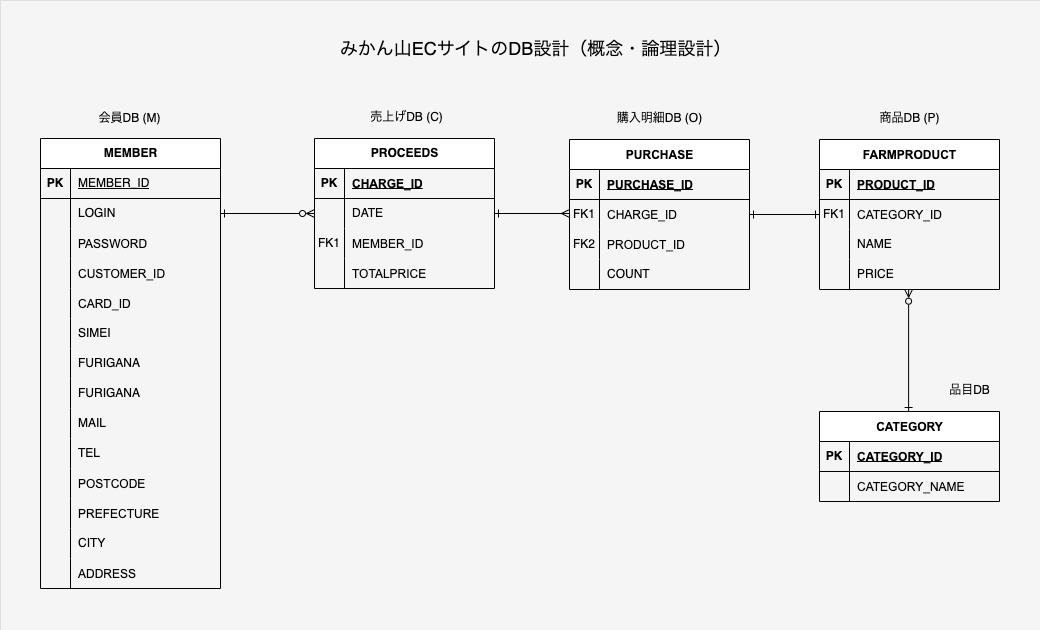
The draw.io diagram diagrams/ER図（DB設計）.drawio.png in yasshy-jp/3kanyama, before a commit. Source tidied: cells renumbered, new cells last; positions are measured from the earlier drawing's top-left corner, leaving out a move shared by most shapes.
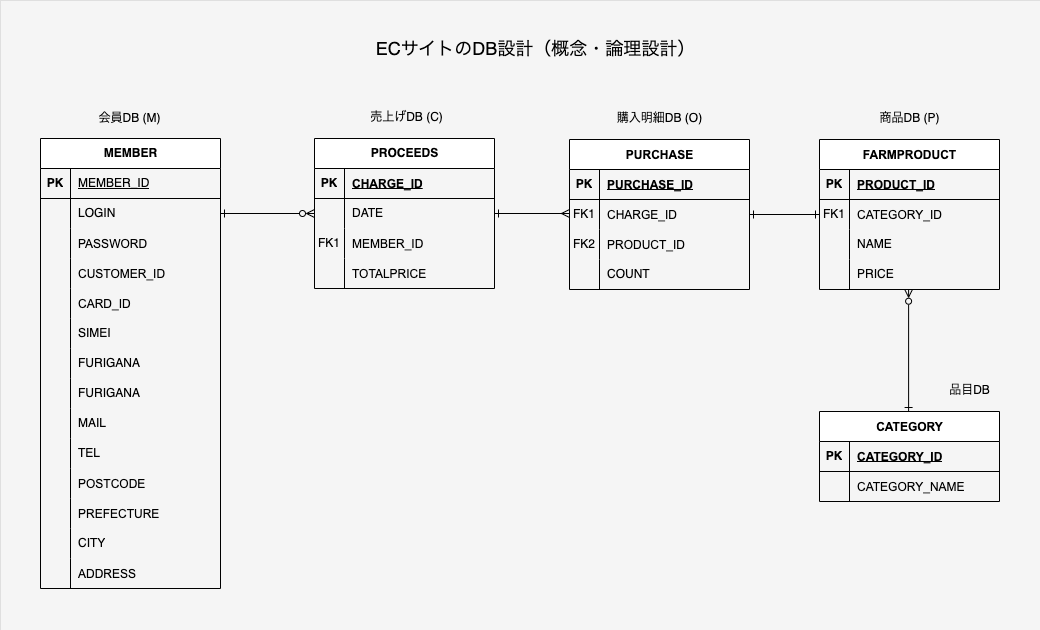
The same diagram one commit later.

Commit message:
ER図（DB設計）.drawio.png を更新します

Change to the diagram source:
```diff
@@ -308,8 +308,8 @@
     <mxCell id="100" value="品目DB" style="text;html=1;align=center;verticalAlign=middle;strokeColor=none;fillColor=none;" parent="1" vertex="1">
       <mxGeometry x="939" y="375" width="60" height="30" as="geometry" />
     </mxCell>
-    <mxCell id="101" value="&lt;font style=&quot;font-size: 18px;&quot;&gt;みかん山ECサイトのDB設計（概念・論理設計）&lt;/font&gt;" style="text;html=1;align=center;verticalAlign=middle;strokeColor=none;fillColor=none;" parent="1" vertex="1">
-      <mxGeometry x="330" y="28" width="410" height="40" as="geometry" />
+    <mxCell id="101" value="&lt;font style=&quot;font-size: 18px;&quot;&gt;ECサイトのDB設計（概念・論理設計）&lt;/font&gt;" style="text;html=1;align=center;verticalAlign=middle;strokeColor=none;fillColor=none;" parent="1" vertex="1">
+      <mxGeometry x="365" y="28" width="340" height="40" as="geometry" />
     </mxCell>
   </root>
 </mxGraphModel>
```
